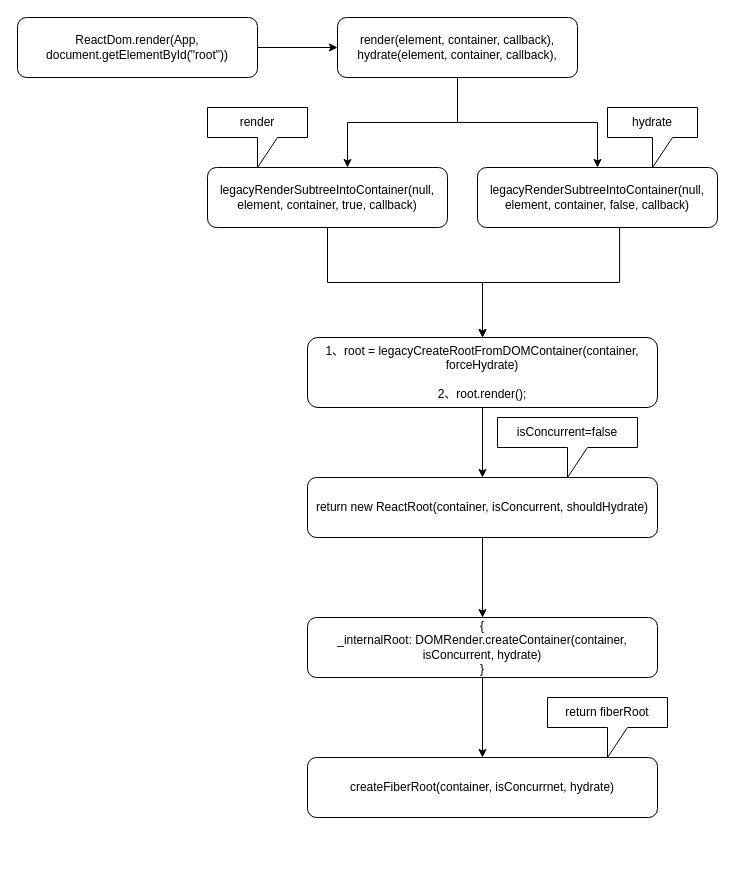
Earlier version of the draw.io diagram react-render-fiberRoot.drawio (Windseek/react-source). Source tidied: cells renumbered, new cells numbered last; positions are measured from the earlier drawing's top-left corner, leaving out a move shared by most shapes. Both pictures are drawn from the tidied source at 100%, with x=0, y=0 at pixel (17, 17).
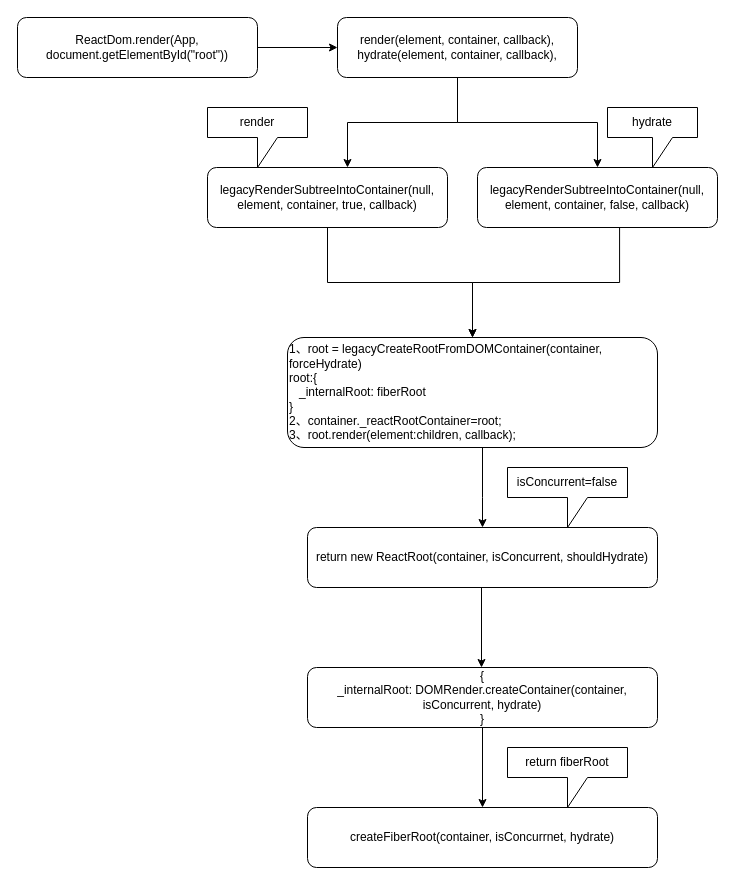
The same diagram, later.

Diff of the diagram source:
```diff
@@
     <mxCell id="11" style="edgeStyle=orthogonalEdgeStyle;rounded=0;jettySize=auto;html=1;" parent="1" edge="1" source="12" target="14">
-      <mxGeometry relative="1" as="geometry" />
+      <mxGeometry relative="1" as="geometry">
+        <Array as="points">
+          <mxPoint x="465" y="480" />
+          <mxPoint x="465" y="480" />
+        </Array>
+      </mxGeometry>
     </mxCell>
-    <mxCell id="12" value="1、root = legacyCreateRootFromDOMContainer(container, forceHydrate)&lt;br&gt;&lt;br&gt;2、root.render();" style="rounded=1;whiteSpace=wrap;html=1;" parent="1" vertex="1">
-      <mxGeometry x="290" y="320" width="350" height="70" as="geometry" />
+    <mxCell id="12" value="1、root = legacyCreateRootFromDOMContainer(container, forceHydrate)&lt;br&gt;root:{&lt;br&gt;&amp;nbsp; &amp;nbsp;&lt;span style=&quot;text-align: center&quot;&gt;_internalRoot: fiberRoot&lt;br&gt;}&lt;/span&gt;&lt;br&gt;2、container._reactRootContainer=root;&lt;br&gt;3、root.render(element:children, callback);" style="rounded=1;whiteSpace=wrap;html=1;align=left;" parent="1" vertex="1">
+      <mxGeometry x="270" y="320" width="370" height="110" as="geometry" />
     </mxCell>
-    <mxCell id="13" style="edgeStyle=orthogonalEdgeStyle;rounded=0;jettySize=auto;html=1;" parent="1" edge="1" source="14" target="16">
-      <mxGeometry relative="1" as="geometry" />
+    <mxCell id="13" style="edgeStyle=orthogonalEdgeStyle;rounded=0;orthogonalLoop=1;jettySize=auto;html=1;" parent="1" edge="1">
+      <mxGeometry relative="1" as="geometry">
+        <mxPoint x="464" y="570" as="sourcePoint" />
+        <mxPoint x="464" y="650" as="targetPoint" />
+      </mxGeometry>
     </mxCell>
     <mxCell id="14" value="return new ReactRoot(container, isConcurrent, shouldHydrate)" style="rounded=1;whiteSpace=wrap;html=1;" parent="1" vertex="1">
-      <mxGeometry x="290" y="460" width="350" height="60" as="geometry" />
+      <mxGeometry x="290" y="510" width="350" height="60" as="geometry" />
     </mxCell>
-    <mxCell id="15" style="edgeStyle=orthogonalEdgeStyle;rounded=0;jettySize=auto;html=1;" parent="1" edge="1" source="16" target="17">
-      <mxGeometry relative="1" as="geometry" />
+    <mxCell id="15" style="edgeStyle=orthogonalEdgeStyle;rounded=0;orthogonalLoop=1;jettySize=auto;html=1;" parent="1" edge="1">
+      <mxGeometry relative="1" as="geometry">
+        <mxPoint x="465" y="710" as="sourcePoint" />
+        <mxPoint x="465" y="790" as="targetPoint" />
+      </mxGeometry>
     </mxCell>
     <mxCell id="16" value="{&lt;br&gt;_internalRoot: DOMRender.createContainer(container, isConcurrent, hydrate)&lt;br&gt;}" style="rounded=1;whiteSpace=wrap;html=1;" parent="1" vertex="1">
-      <mxGeometry x="290" y="600" width="350" height="60" as="geometry" />
+      <mxGeometry x="290" y="650" width="350" height="60" as="geometry" />
     </mxCell>
     <mxCell id="17" value="createFiberRoot(container, isConcurrnet, hydrate)" style="rounded=1;whiteSpace=wrap;html=1;" parent="1" vertex="1">
-      <mxGeometry x="290" y="740" width="350" height="60" as="geometry" />
+      <mxGeometry x="290" y="790" width="350" height="60" as="geometry" />
     </mxCell>
@@
     <mxCell id="20" value="isConcurrent=false" style="shape=callout;whiteSpace=wrap;html=1;perimeter=calloutPerimeter;" parent="1" vertex="1">
-      <mxGeometry x="480" y="400" width="140" height="60" as="geometry" />
+      <mxGeometry x="490" y="450" width="120" height="60" as="geometry" />
     </mxCell>
     <mxCell id="21" value="return fiberRoot" style="shape=callout;whiteSpace=wrap;html=1;perimeter=calloutPerimeter;" parent="1" vertex="1">
-      <mxGeometry x="530" y="680" width="120" height="60" as="geometry" />
+      <mxGeometry x="490" y="730" width="120" height="60" as="geometry" />
     </mxCell>
```
